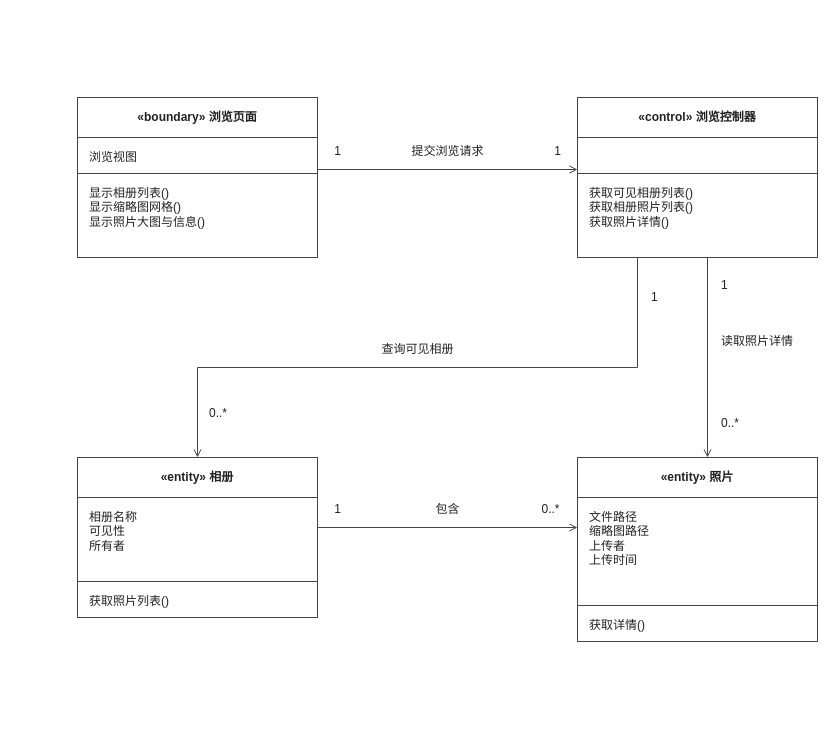
The draw.io diagram docs/交付/3-照片管理-王柯涵/images/浏览照片_类模型图.drawio in chennuo1101/electronic-photo-album-system1, before the edit. Source tidied: cells renumbered, new cells numbered last; positions are measured from the earlier drawing's top-left corner, leaving out a move shared by most shapes. Both pictures are drawn from the tidied source at 100%, with x=0, y=0 at pixel (77, 97).
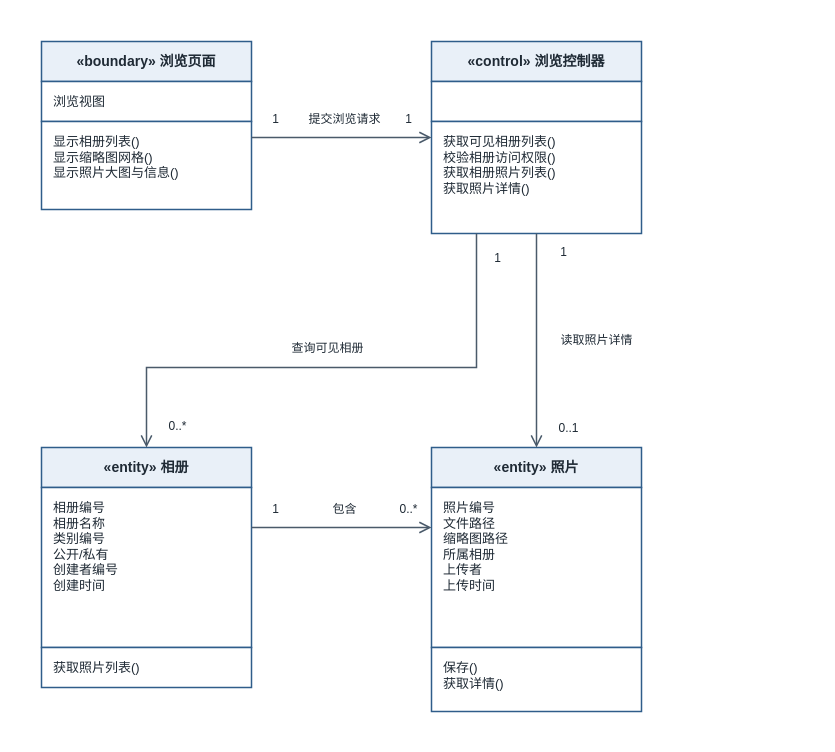
The same page after the edit.

Diff of the diagram source:
```diff
@@
+    <mxCell id="32" style="rounded=0;whiteSpace=wrap;html=1;fillColor=#FFFFFF;strokeColor=none;" parent="1" vertex="1">
+      <mxGeometry x="-60" y="-80" width="668" height="718" as="geometry" />
+    </mxCell>
-    <mxCell id="2" value="«boundary» 浏览页面" style="rounded=0;whiteSpace=wrap;html=1;fillColor=#FFFFFF;strokeColor=#444444;align=center;verticalAlign=middle;fontStyle=1;fontFamily=Microsoft YaHei;fontSize=12;fontColor=#222222;" parent="1" vertex="1">
-      <mxGeometry width="240" height="40" as="geometry" />
+    <mxCell id="2" value="«boundary» 浏览页面" style="rounded=0;whiteSpace=wrap;html=1;fillColor=#E9F0F8;strokeColor=#2F5D8A;strokeWidth=1.5;align=center;verticalAlign=middle;fontStyle=1;fontFamily=Microsoft YaHei;fontSize=14;fontColor=#1F2A35;" parent="1" vertex="1">
+      <mxGeometry x="-36" y="-56" width="210" height="40" as="geometry" />
     </mxCell>
-    <mxCell id="3" value="浏览视图" style="rounded=0;whiteSpace=wrap;html=1;fillColor=#FFFFFF;strokeColor=#444444;verticalAlign=top;align=left;spacingLeft=10;spacingTop=6;fontFamily=Microsoft YaHei;fontSize=12;fontColor=#222222;" parent="1" vertex="1">
-      <mxGeometry y="40" width="240" height="36" as="geometry" />
+    <mxCell id="3" value="浏览视图" style="rounded=0;whiteSpace=wrap;html=1;fillColor=#FFFFFF;strokeColor=#2F5D8A;strokeWidth=1.5;align=left;verticalAlign=top;spacingLeft=10;spacingTop=6;fontFamily=Microsoft YaHei;fontSize=13;fontColor=#1F2A35;" parent="1" vertex="1">
+      <mxGeometry x="-36" y="-16" width="210" height="40" as="geometry" />
     </mxCell>
-    <mxCell id="4" value="显示相册列表()&#10;显示缩略图网格()&#10;显示照片大图与信息()" style="rounded=0;whiteSpace=wrap;html=1;fillColor=#FFFFFF;strokeColor=#444444;verticalAlign=top;align=left;spacingLeft=10;spacingTop=6;fontFamily=Microsoft YaHei;fontSize=12;fontColor=#222222;" parent="1" vertex="1">
-      <mxGeometry y="76" width="240" height="84" as="geometry" />
+    <mxCell id="4" value="显示相册列表()&#10;显示缩略图网格()&#10;显示照片大图与信息()" style="rounded=0;whiteSpace=wrap;html=1;fillColor=#FFFFFF;strokeColor=#2F5D8A;strokeWidth=1.5;align=left;verticalAlign=top;spacingLeft=10;spacingTop=6;fontFamily=Microsoft YaHei;fontSize=13;fontColor=#1F2A35;" parent="1" vertex="1">
+      <mxGeometry x="-36" y="24" width="210" height="88" as="geometry" />
     </mxCell>
-    <mxCell id="5" value="«control» 浏览控制器" style="rounded=0;whiteSpace=wrap;html=1;fillColor=#FFFFFF;strokeColor=#444444;align=center;verticalAlign=middle;fontStyle=1;fontFamily=Microsoft YaHei;fontSize=12;fontColor=#222222;" parent="1" vertex="1">
-      <mxGeometry x="500" width="240" height="40" as="geometry" />
+    <mxCell id="5" value="«control» 浏览控制器" style="rounded=0;whiteSpace=wrap;html=1;fillColor=#E9F0F8;strokeColor=#2F5D8A;strokeWidth=1.5;align=center;verticalAlign=middle;fontStyle=1;fontFamily=Microsoft YaHei;fontSize=14;fontColor=#1F2A35;" parent="1" vertex="1">
+      <mxGeometry x="354" y="-56" width="210" height="40" as="geometry" />
     </mxCell>
-    <mxCell id="6" style="rounded=0;whiteSpace=wrap;html=1;fillColor=#FFFFFF;strokeColor=#444444;verticalAlign=top;align=left;spacingLeft=10;spacingTop=6;fontFamily=Microsoft YaHei;fontSize=12;fontColor=#222222;" parent="1" vertex="1">
-      <mxGeometry x="500" y="40" width="240" height="36" as="geometry" />
+    <mxCell id="6" style="rounded=0;whiteSpace=wrap;html=1;fillColor=#FFFFFF;strokeColor=#2F5D8A;strokeWidth=1.5;align=left;verticalAlign=top;spacingLeft=10;spacingTop=6;fontFamily=Microsoft YaHei;fontSize=13;fontColor=#1F2A35;" parent="1" vertex="1">
+      <mxGeometry x="354" y="-16" width="210" height="40" as="geometry" />
     </mxCell>
-    <mxCell id="7" value="获取可见相册列表()&#10;获取相册照片列表()&#10;获取照片详情()" style="rounded=0;whiteSpace=wrap;html=1;fillColor=#FFFFFF;strokeColor=#444444;verticalAlign=top;align=left;spacingLeft=10;spacingTop=6;fontFamily=Microsoft YaHei;fontSize=12;fontColor=#222222;" parent="1" vertex="1">
-      <mxGeometry x="500" y="76" width="240" height="84" as="geometry" />
+    <mxCell id="7" value="获取可见相册列表()&#10;校验相册访问权限()&#10;获取相册照片列表()&#10;获取照片详情()" style="rounded=0;whiteSpace=wrap;html=1;fillColor=#FFFFFF;strokeColor=#2F5D8A;strokeWidth=1.5;align=left;verticalAlign=top;spacingLeft=10;spacingTop=6;fontFamily=Microsoft YaHei;fontSize=13;fontColor=#1F2A35;" parent="1" vertex="1">
+      <mxGeometry x="354" y="24" width="210" height="112" as="geometry" />
     </mxCell>
-    <mxCell id="8" value="«entity» 相册" style="rounded=0;whiteSpace=wrap;html=1;fillColor=#FFFFFF;strokeColor=#444444;align=center;verticalAlign=middle;fontStyle=1;fontFamily=Microsoft YaHei;fontSize=12;fontColor=#222222;" parent="1" vertex="1">
-      <mxGeometry y="360" width="240" height="40" as="geometry" />
+    <mxCell id="8" value="«entity» 相册" style="rounded=0;whiteSpace=wrap;html=1;fillColor=#E9F0F8;strokeColor=#2F5D8A;strokeWidth=1.5;align=center;verticalAlign=middle;fontStyle=1;fontFamily=Microsoft YaHei;fontSize=14;fontColor=#1F2A35;" parent="1" vertex="1">
+      <mxGeometry x="-36" y="350" width="210" height="40" as="geometry" />
     </mxCell>
-    <mxCell id="9" value="相册名称&#10;可见性&#10;所有者" style="rounded=0;whiteSpace=wrap;html=1;fillColor=#FFFFFF;strokeColor=#444444;verticalAlign=top;align=left;spacingLeft=10;spacingTop=6;fontFamily=Microsoft YaHei;fontSize=12;fontColor=#222222;" parent="1" vertex="1">
-      <mxGeometry y="400" width="240" height="84" as="geometry" />
+    <mxCell id="9" value="相册编号&#10;相册名称&#10;类别编号&#10;公开/私有&#10;创建者编号&#10;创建时间" style="rounded=0;whiteSpace=wrap;html=1;fillColor=#FFFFFF;strokeColor=#2F5D8A;strokeWidth=1.5;align=left;verticalAlign=top;spacingLeft=10;spacingTop=6;fontFamily=Microsoft YaHei;fontSize=13;fontColor=#1F2A35;" parent="1" vertex="1">
+      <mxGeometry x="-36" y="390" width="210" height="160" as="geometry" />
     </mxCell>
-    <mxCell id="10" value="获取照片列表()" style="rounded=0;whiteSpace=wrap;html=1;fillColor=#FFFFFF;strokeColor=#444444;verticalAlign=top;align=left;spacingLeft=10;spacingTop=6;fontFamily=Microsoft YaHei;fontSize=12;fontColor=#222222;" parent="1" vertex="1">
-      <mxGeometry y="484" width="240" height="36" as="geometry" />
+    <mxCell id="10" value="获取照片列表()" style="rounded=0;whiteSpace=wrap;html=1;fillColor=#FFFFFF;strokeColor=#2F5D8A;strokeWidth=1.5;align=left;verticalAlign=top;spacingLeft=10;spacingTop=6;fontFamily=Microsoft YaHei;fontSize=13;fontColor=#1F2A35;" parent="1" vertex="1">
+      <mxGeometry x="-36" y="550" width="210" height="40" as="geometry" />
     </mxCell>
-    <mxCell id="11" value="«entity» 照片" style="rounded=0;whiteSpace=wrap;html=1;fillColor=#FFFFFF;strokeColor=#444444;align=center;verticalAlign=middle;fontStyle=1;fontFamily=Microsoft YaHei;fontSize=12;fontColor=#222222;" parent="1" vertex="1">
-      <mxGeometry x="500" y="360" width="240" height="40" as="geometry" />
+    <mxCell id="11" value="«entity» 照片" style="rounded=0;whiteSpace=wrap;html=1;fillColor=#E9F0F8;strokeColor=#2F5D8A;strokeWidth=1.5;align=center;verticalAlign=middle;fontStyle=1;fontFamily=Microsoft YaHei;fontSize=14;fontColor=#1F2A35;" parent="1" vertex="1">
+      <mxGeometry x="354" y="350" width="210" height="40" as="geometry" />
     </mxCell>
-    <mxCell id="12" value="文件路径&#10;缩略图路径&#10;上传者&#10;上传时间" style="rounded=0;whiteSpace=wrap;html=1;fillColor=#FFFFFF;strokeColor=#444444;verticalAlign=top;align=left;spacingLeft=10;spacingTop=6;fontFamily=Microsoft YaHei;fontSize=12;fontColor=#222222;" parent="1" vertex="1">
-      <mxGeometry x="500" y="400" width="240" height="108" as="geometry" />
+    <mxCell id="12" value="照片编号&#10;文件路径&#10;缩略图路径&#10;所属相册&#10;上传者&#10;上传时间" style="rounded=0;whiteSpace=wrap;html=1;fillColor=#FFFFFF;strokeColor=#2F5D8A;strokeWidth=1.5;align=left;verticalAlign=top;spacingLeft=10;spacingTop=6;fontFamily=Microsoft YaHei;fontSize=13;fontColor=#1F2A35;" parent="1" vertex="1">
+      <mxGeometry x="354" y="390" width="210" height="160" as="geometry" />
     </mxCell>
-    <mxCell id="13" value="获取详情()" style="rounded=0;whiteSpace=wrap;html=1;fillColor=#FFFFFF;strokeColor=#444444;verticalAlign=top;align=left;spacingLeft=10;spacingTop=6;fontFamily=Microsoft YaHei;fontSize=12;fontColor=#222222;" parent="1" vertex="1">
-      <mxGeometry x="500" y="508" width="240" height="36" as="geometry" />
+    <mxCell id="13" value="保存()&#10;获取详情()" style="rounded=0;whiteSpace=wrap;html=1;fillColor=#FFFFFF;strokeColor=#2F5D8A;strokeWidth=1.5;align=left;verticalAlign=top;spacingLeft=10;spacingTop=6;fontFamily=Microsoft YaHei;fontSize=13;fontColor=#1F2A35;" parent="1" vertex="1">
+      <mxGeometry x="354" y="550" width="210" height="64" as="geometry" />
     </mxCell>
-    <mxCell id="14" style="html=1;rounded=0;strokeColor=#444444;strokeWidth=1;startArrow=none;endArrow=open;endFill=0;" parent="1" edge="1">
-      <mxGeometry relative="1" as="geometry">
-        <mxPoint x="240" y="72" as="sourcePoint" />
-        <mxPoint x="500" y="72" as="targetPoint" />
-      </mxGeometry>
-    </mxCell>
-    <mxCell id="15" value="1" style="text;html=1;align=center;verticalAlign=middle;fillColor=none;strokeColor=none;fontFamily=Microsoft YaHei;fontSize=12;fontColor=#222222;" parent="1" vertex="1">
-      <mxGeometry x="248" y="44" width="24" height="20" as="geometry" />
-    </mxCell>
+    <mxCell id="33" style="html=1;rounded=0;strokeColor=#4A5A6A;strokeWidth=1.5;startArrow=none;endArrow=open;endFill=0;endSize=9;jumpStyle=arc;jumpSize=6;" parent="1" edge="1">
+      <mxGeometry relative="1" as="geometry">
+        <mxPoint x="174" y="40" as="sourcePoint" />
+        <mxPoint x="354" y="40" as="targetPoint" />
+      </mxGeometry>
+    </mxCell>
+    <mxCell id="34" value="1" style="text;html=1;align=center;verticalAlign=middle;fillColor=#FFFFFF;strokeColor=none;fontFamily=Microsoft YaHei;fontSize=12;fontColor=#1F2A35;" parent="1" vertex="1">
+      <mxGeometry x="184" y="13" width="28" height="18" as="geometry" />
+    </mxCell>
-    <mxCell id="16" value="提交浏览请求" style="text;html=1;align=center;verticalAlign=middle;fillColor=none;strokeColor=none;fontFamily=Microsoft YaHei;fontSize=12;fontColor=#222222;" parent="1" vertex="1">
-      <mxGeometry x="330" y="44" width="80" height="20" as="geometry" />
+    <mxCell id="16" value="提交浏览请求" style="text;html=1;align=center;verticalAlign=middle;fillColor=#FFFFFF;strokeColor=none;fontFamily=Microsoft YaHei;fontSize=12;fontColor=#1F2A35;" parent="1" vertex="1">
+      <mxGeometry x="220" y="13" width="94" height="18" as="geometry" />
     </mxCell>
-    <mxCell id="17" value="1" style="text;html=1;align=center;verticalAlign=middle;fillColor=none;strokeColor=none;fontFamily=Microsoft YaHei;fontSize=12;fontColor=#222222;" parent="1" vertex="1">
-      <mxGeometry x="468" y="44" width="24" height="20" as="geometry" />
-    </mxCell>
-    <mxCell id="18" style="html=1;rounded=0;strokeColor=#444444;strokeWidth=1;startArrow=none;endArrow=none;" parent="1" edge="1">
-      <mxGeometry relative="1" as="geometry">
-        <mxPoint x="560" y="160" as="sourcePoint" />
-        <mxPoint x="560" y="270" as="targetPoint" />
-      </mxGeometry>
-    </mxCell>
-    <mxCell id="19" style="html=1;rounded=0;strokeColor=#444444;strokeWidth=1;startArrow=none;endArrow=none;" parent="1" edge="1">
-      <mxGeometry relative="1" as="geometry">
-        <mxPoint x="560" y="270" as="sourcePoint" />
-        <mxPoint x="120" y="270" as="targetPoint" />
-      </mxGeometry>
-    </mxCell>
-    <mxCell id="20" style="html=1;rounded=0;strokeColor=#444444;strokeWidth=1;startArrow=none;endArrow=open;endFill=0;" parent="1" edge="1">
-      <mxGeometry relative="1" as="geometry">
-        <mxPoint x="120" y="270" as="sourcePoint" />
-        <mxPoint x="120" y="360" as="targetPoint" />
-      </mxGeometry>
-    </mxCell>
-    <mxCell id="21" value="1" style="text;html=1;align=left;verticalAlign=middle;fillColor=none;strokeColor=none;fontFamily=Microsoft YaHei;fontSize=12;fontColor=#222222;" parent="1" vertex="1">
-      <mxGeometry x="572" y="190" width="24" height="20" as="geometry" />
-    </mxCell>
+    <mxCell id="35" value="1" style="text;html=1;align=center;verticalAlign=middle;fillColor=#FFFFFF;strokeColor=none;fontFamily=Microsoft YaHei;fontSize=12;fontColor=#1F2A35;" parent="1" vertex="1">
+      <mxGeometry x="316" y="13" width="30" height="18" as="geometry" />
+    </mxCell>
+    <mxCell id="36" style="html=1;rounded=0;strokeColor=#4A5A6A;strokeWidth=1.5;startArrow=none;endArrow=open;endFill=0;endSize=9;jumpStyle=arc;jumpSize=6;" parent="1" edge="1">
+      <mxGeometry relative="1" as="geometry">
+        <mxPoint x="459" y="136" as="sourcePoint" />
+        <mxPoint x="459" y="350" as="targetPoint" />
+      </mxGeometry>
+    </mxCell>
+    <mxCell id="37" value="1" style="text;html=1;align=center;verticalAlign=middle;fillColor=#FFFFFF;strokeColor=none;fontFamily=Microsoft YaHei;fontSize=12;fontColor=#1F2A35;" parent="1" vertex="1">
+      <mxGeometry x="471" y="146" width="30" height="18" as="geometry" />
+    </mxCell>
+    <mxCell id="26" value="读取照片详情" style="text;html=1;align=center;verticalAlign=middle;fillColor=#FFFFFF;strokeColor=none;fontFamily=Microsoft YaHei;fontSize=12;fontColor=#1F2A35;" parent="1" vertex="1">
+      <mxGeometry x="471" y="234" width="96" height="18" as="geometry" />
+    </mxCell>
+    <mxCell id="38" value="0..1" style="text;html=1;align=center;verticalAlign=middle;fillColor=#FFFFFF;strokeColor=none;fontFamily=Microsoft YaHei;fontSize=12;fontColor=#1F2A35;" parent="1" vertex="1">
+      <mxGeometry x="471" y="322" width="40" height="18" as="geometry" />
+    </mxCell>
+    <mxCell id="39" style="html=1;rounded=0;strokeColor=#4A5A6A;strokeWidth=1.5;startArrow=none;endArrow=open;endFill=0;endSize=9;jumpStyle=arc;jumpSize=6;" parent="1" edge="1">
+      <mxGeometry relative="1" as="geometry">
+        <mxPoint x="399" y="136" as="sourcePoint" />
+        <mxPoint x="69" y="350" as="targetPoint" />
+        <Array as="points">
+          <mxPoint x="399" y="270" />
+          <mxPoint x="69" y="270" />
+        </Array>
+      </mxGeometry>
+    </mxCell>
+    <mxCell id="40" value="1" style="text;html=1;align=center;verticalAlign=middle;fillColor=#FFFFFF;strokeColor=none;fontFamily=Microsoft YaHei;fontSize=12;fontColor=#1F2A35;" parent="1" vertex="1">
+      <mxGeometry x="410" y="152" width="20" height="18" as="geometry" />
+    </mxCell>
-    <mxCell id="22" value="查询可见相册" style="text;html=1;align=center;verticalAlign=middle;fillColor=none;strokeColor=none;fontFamily=Microsoft YaHei;fontSize=12;fontColor=#222222;" parent="1" vertex="1">
-      <mxGeometry x="295" y="242" width="90" height="20" as="geometry" />
+    <mxCell id="22" value="查询可见相册" style="text;html=1;align=center;verticalAlign=middle;fillColor=#FFFFFF;strokeColor=none;fontFamily=Microsoft YaHei;fontSize=12;fontColor=#1F2A35;" parent="1" vertex="1">
+      <mxGeometry x="200" y="242" width="100" height="18" as="geometry" />
     </mxCell>
-    <mxCell id="23" value="0..*" style="text;html=1;align=left;verticalAlign=middle;fillColor=none;strokeColor=none;fontFamily=Microsoft YaHei;fontSize=12;fontColor=#222222;" parent="1" vertex="1">
-      <mxGeometry x="130" y="306" width="40" height="20" as="geometry" />
-    </mxCell>
-    <mxCell id="24" style="html=1;rounded=0;strokeColor=#444444;strokeWidth=1;startArrow=none;endArrow=open;endFill=0;" parent="1" edge="1">
-      <mxGeometry relative="1" as="geometry">
-        <mxPoint x="630" y="160" as="sourcePoint" />
-        <mxPoint x="630" y="360" as="targetPoint" />
-      </mxGeometry>
-    </mxCell>
-    <mxCell id="25" value="1" style="text;html=1;align=left;verticalAlign=middle;fillColor=none;strokeColor=none;fontFamily=Microsoft YaHei;fontSize=12;fontColor=#222222;" parent="1" vertex="1">
-      <mxGeometry x="642" y="178" width="24" height="20" as="geometry" />
-    </mxCell>
-    <mxCell id="26" value="读取照片详情" style="text;html=1;align=left;verticalAlign=middle;fillColor=none;strokeColor=none;fontFamily=Microsoft YaHei;fontSize=12;fontColor=#222222;" parent="1" vertex="1">
-      <mxGeometry x="642" y="234" width="90" height="20" as="geometry" />
-    </mxCell>
-    <mxCell id="27" value="0..*" style="text;html=1;align=left;verticalAlign=middle;fillColor=none;strokeColor=none;fontFamily=Microsoft YaHei;fontSize=12;fontColor=#222222;" parent="1" vertex="1">
-      <mxGeometry x="642" y="316" width="40" height="20" as="geometry" />
-    </mxCell>
-    <mxCell id="28" style="html=1;rounded=0;strokeColor=#444444;strokeWidth=1;startArrow=none;endArrow=open;endFill=0;" parent="1" edge="1">
-      <mxGeometry relative="1" as="geometry">
-        <mxPoint x="240" y="430" as="sourcePoint" />
-        <mxPoint x="500" y="430" as="targetPoint" />
-      </mxGeometry>
-    </mxCell>
-    <mxCell id="29" value="1" style="text;html=1;align=center;verticalAlign=middle;fillColor=none;strokeColor=none;fontFamily=Microsoft YaHei;fontSize=12;fontColor=#222222;" parent="1" vertex="1">
-      <mxGeometry x="248" y="402" width="24" height="20" as="geometry" />
-    </mxCell>
+    <mxCell id="41" value="0..*" style="text;html=1;align=center;verticalAlign=middle;fillColor=#FFFFFF;strokeColor=none;fontFamily=Microsoft YaHei;fontSize=12;fontColor=#1F2A35;" parent="1" vertex="1">
+      <mxGeometry x="80" y="320" width="40" height="18" as="geometry" />
+    </mxCell>
+    <mxCell id="42" style="html=1;rounded=0;strokeColor=#4A5A6A;strokeWidth=1.5;startArrow=none;endArrow=open;endFill=0;endSize=9;jumpStyle=arc;jumpSize=6;" parent="1" edge="1">
+      <mxGeometry relative="1" as="geometry">
+        <mxPoint x="174" y="430" as="sourcePoint" />
+        <mxPoint x="354" y="430" as="targetPoint" />
+      </mxGeometry>
+    </mxCell>
+    <mxCell id="43" value="1" style="text;html=1;align=center;verticalAlign=middle;fillColor=#FFFFFF;strokeColor=none;fontFamily=Microsoft YaHei;fontSize=12;fontColor=#1F2A35;" parent="1" vertex="1">
+      <mxGeometry x="184" y="403" width="28" height="18" as="geometry" />
+    </mxCell>
-    <mxCell id="30" value="包含" style="text;html=1;align=center;verticalAlign=middle;fillColor=none;strokeColor=none;fontFamily=Microsoft YaHei;fontSize=12;fontColor=#222222;" parent="1" vertex="1">
-      <mxGeometry x="345" y="402" width="50" height="20" as="geometry" />
+    <mxCell id="30" value="包含" style="text;html=1;align=center;verticalAlign=middle;fillColor=#FFFFFF;strokeColor=none;fontFamily=Microsoft YaHei;fontSize=12;fontColor=#1F2A35;" parent="1" vertex="1">
+      <mxGeometry x="220" y="403" width="94" height="18" as="geometry" />
     </mxCell>
-    <mxCell id="31" value="0..*" style="text;html=1;align=center;verticalAlign=middle;fillColor=none;strokeColor=none;fontFamily=Microsoft YaHei;fontSize=12;fontColor=#222222;" parent="1" vertex="1">
-      <mxGeometry x="456" y="402" width="34" height="20" as="geometry" />
-    </mxCell>
+    <mxCell id="44" value="0..*" style="text;html=1;align=center;verticalAlign=middle;fillColor=#FFFFFF;strokeColor=none;fontFamily=Microsoft YaHei;fontSize=12;fontColor=#1F2A35;" parent="1" vertex="1">
+      <mxGeometry x="316" y="403" width="30" height="18" as="geometry" />
+    </mxCell>
```
